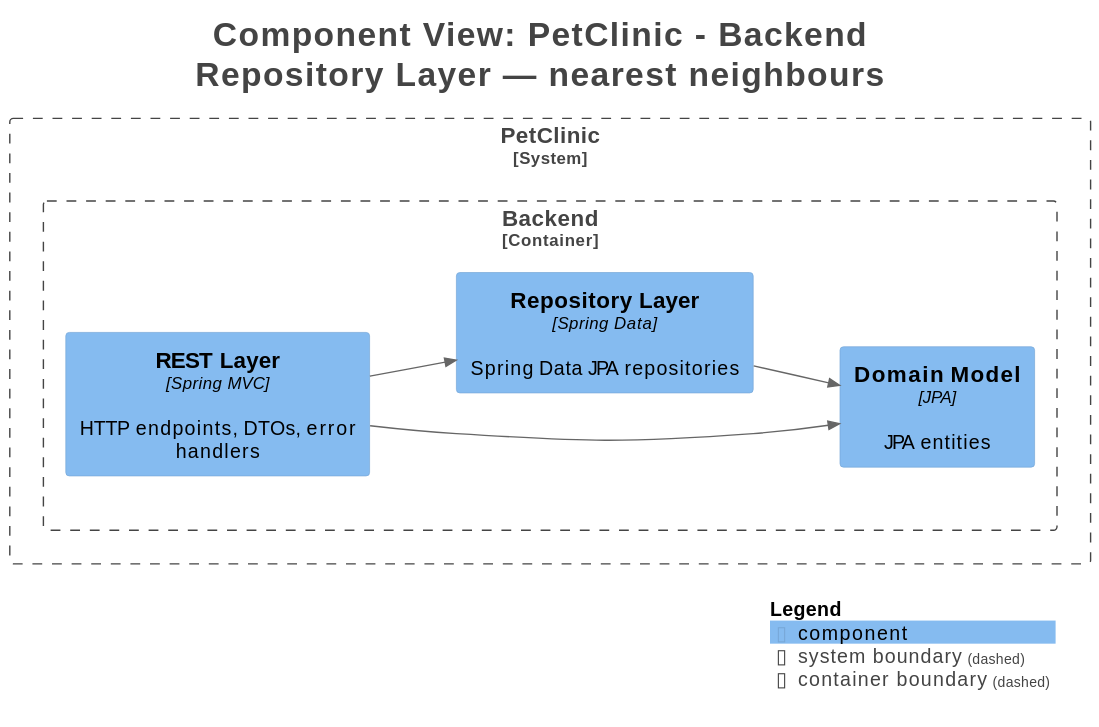
This is petclinic-backend/docs/generated/c4views/C3-Repository.svg from victorrentea/petclinic, a PlantUML export, as it was before one commit.
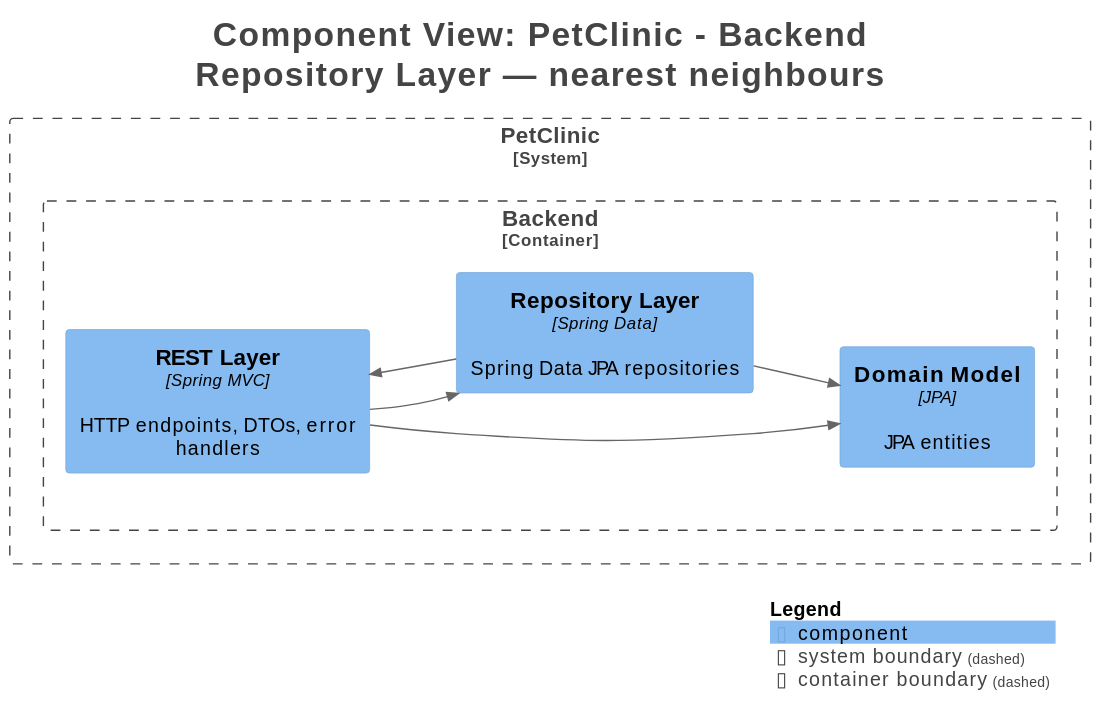
After the change.

Commit message:
refactor(owners): return OwnerDto directly from repository search/findAll queries

Diff of the diagram source:
```diff
@@ -27,6 +27,7 @@
 Rel(PetClinic.Backend.RepositoryLayer, PetClinic.Backend.DomainModel, "", $techn="", $tags="", $link="")
 Rel(PetClinic.Backend.RESTLayer, PetClinic.Backend.DomainModel, "", $techn="", $tags="", $link="")
 Rel(PetClinic.Backend.RESTLayer, PetClinic.Backend.RepositoryLayer, "", $techn="", $tags="", $link="")
+Rel(PetClinic.Backend.RepositoryLayer, PetClinic.Backend.RESTLayer, "", $techn="", $tags="", $link="")
 
 SHOW_LEGEND(true)
 hide stereotypes
```
